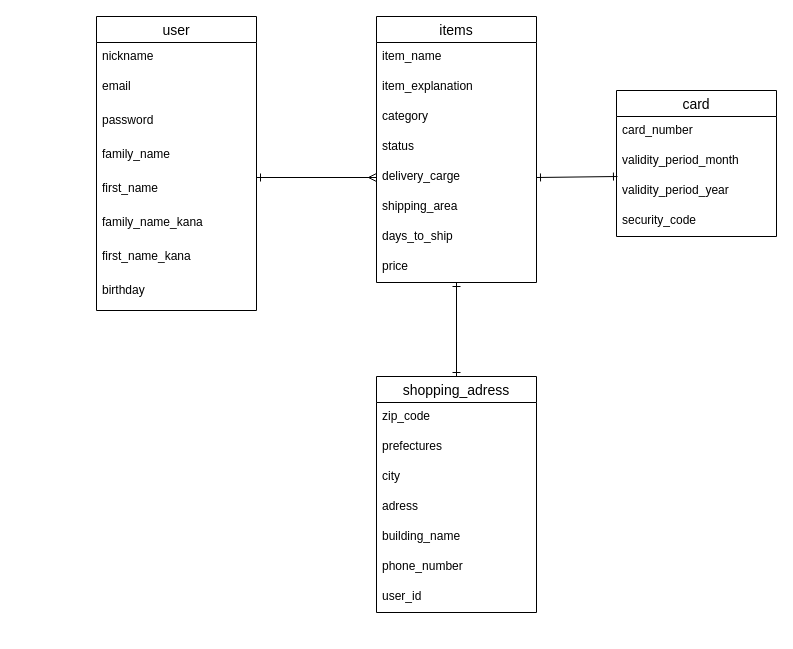
Earlier version of the draw.io diagram furima-35365.dio (na05yuki/furima-35365). Source tidied: cells renumbered, new cells numbered last; positions are measured from the earlier drawing's top-left corner, leaving out a move shared by most shapes. Both pictures are drawn from the tidied source at 100%, with x=0, y=0 at pixel (96, 16).
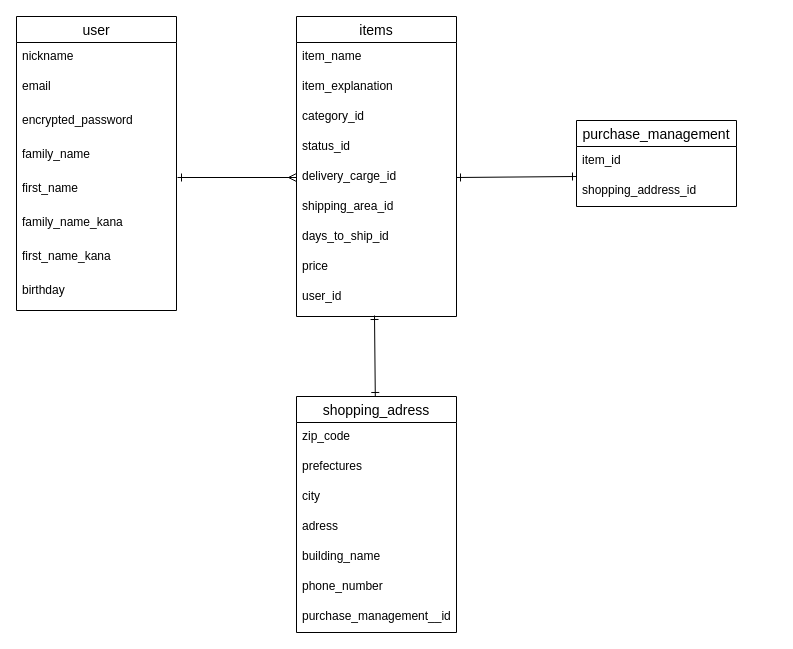
After the change.

Commit message (it also covers changes not shown here):
ER図作成、テーブル設計の修正

The change refers to these unchanged cells:
```xml
<mxCell id="19" value="price" style="text;strokeColor=none;fillColor=none;spacingLeft=4;spacingRight=4;overflow=hidden;points=[[0,0.5],[1,0.5]];portConstraint=eastwest;fontSize=12;" parent="11" vertex="1">
  <mxGeometry y="236" width="160" height="30" as="geometry" />
</mxCell>
```

Diff of the diagram source:
```diff
@@
     <mxCell id="2" value="user" style="swimlane;fontStyle=0;horizontal=1;startSize=26;align=center;fontSize=14;" parent="1" vertex="1">
-      <mxGeometry width="160" height="294" as="geometry" />
+      <mxGeometry x="-80" width="160" height="294" as="geometry" />
     </mxCell>
@@
-    <mxCell id="5" value="password&#10;" style="text;strokeColor=none;fillColor=none;spacingLeft=4;spacingRight=4;overflow=hidden;fontSize=12;" parent="2" vertex="1">
+    <mxCell id="5" value="encrypted_password&#10;" style="text;strokeColor=none;fillColor=none;spacingLeft=4;spacingRight=4;overflow=hidden;fontSize=12;" parent="2" vertex="1">
       <mxGeometry y="90" width="160" height="34" as="geometry" />
     </mxCell>
@@
     <mxCell id="11" value="items" style="swimlane;fontStyle=0;horizontal=1;startSize=26;align=center;fontSize=14;" parent="1" vertex="1">
-      <mxGeometry x="280" width="160" height="266" as="geometry" />
+      <mxGeometry x="200" width="160" height="300" as="geometry" />
     </mxCell>
@@
-    <mxCell id="14" value="category" style="text;strokeColor=none;fillColor=none;spacingLeft=4;spacingRight=4;overflow=hidden;fontSize=12;" parent="11" vertex="1">
+    <mxCell id="14" value="category_id" style="text;strokeColor=none;fillColor=none;spacingLeft=4;spacingRight=4;overflow=hidden;fontSize=12;" parent="11" vertex="1">
       <mxGeometry y="86" width="160" height="30" as="geometry" />
     </mxCell>
-    <mxCell id="15" value="status" style="text;strokeColor=none;fillColor=none;spacingLeft=4;spacingRight=4;overflow=hidden;fontSize=12;" parent="11" vertex="1">
+    <mxCell id="15" value="status_id" style="text;strokeColor=none;fillColor=none;spacingLeft=4;spacingRight=4;overflow=hidden;fontSize=12;" parent="11" vertex="1">
       <mxGeometry y="116" width="160" height="30" as="geometry" />
     </mxCell>
-    <mxCell id="16" value="delivery_carge" style="text;strokeColor=none;fillColor=none;spacingLeft=4;spacingRight=4;overflow=hidden;points=[[0,0.5],[1,0.5]];portConstraint=eastwest;fontSize=12;" parent="11" vertex="1">
+    <mxCell id="16" value="delivery_carge_id" style="text;strokeColor=none;fillColor=none;spacingLeft=4;spacingRight=4;overflow=hidden;points=[[0,0.5],[1,0.5]];portConstraint=eastwest;fontSize=12;" parent="11" vertex="1">
       <mxGeometry y="146" width="160" height="30" as="geometry" />
     </mxCell>
-    <mxCell id="17" value="shipping_area" style="text;strokeColor=none;fillColor=none;spacingLeft=4;spacingRight=4;overflow=hidden;fontSize=12;" parent="11" vertex="1">
+    <mxCell id="17" value="shipping_area_id" style="text;strokeColor=none;fillColor=none;spacingLeft=4;spacingRight=4;overflow=hidden;fontSize=12;" parent="11" vertex="1">
       <mxGeometry y="176" width="160" height="30" as="geometry" />
     </mxCell>
-    <mxCell id="18" value="days_to_ship" style="text;strokeColor=none;fillColor=none;spacingLeft=4;spacingRight=4;overflow=hidden;fontSize=12;" parent="11" vertex="1">
+    <mxCell id="18" value="days_to_ship_id" style="text;strokeColor=none;fillColor=none;spacingLeft=4;spacingRight=4;overflow=hidden;fontSize=12;" parent="11" vertex="1">
       <mxGeometry y="206" width="160" height="30" as="geometry" />
     </mxCell>
@@
+    <mxCell id="36" value="user_id" style="text;strokeColor=none;fillColor=none;spacingLeft=4;spacingRight=4;overflow=hidden;fontSize=12;" parent="11" vertex="1">
+      <mxGeometry y="266" width="160" height="34" as="geometry" />
+    </mxCell>
-    <mxCell id="20" style="edgeStyle=none;rounded=0;jettySize=auto;html=1;startArrow=ERone;startFill=0;endArrow=ERone;endFill=0;entryX=1;entryY=0.5;entryDx=0;entryDy=0;exitX=0.006;exitY=0;exitDx=0;exitDy=0;exitPerimeter=0;" parent="1" edge="1" source="24" target="16">
+    <mxCell id="20" style="edgeStyle=none;rounded=0;jettySize=auto;html=1;startArrow=ERone;startFill=0;endArrow=ERone;endFill=0;entryX=1;entryY=0.5;entryDx=0;entryDy=0;exitX=0;exitY=0;exitDx=0;exitDy=0;exitPerimeter=0;" parent="1" edge="1" source="25" target="16">
       <mxGeometry relative="1" as="geometry" />
     </mxCell>
-    <mxCell id="21" value="card" style="swimlane;fontStyle=0;horizontal=1;startSize=26;align=center;fontSize=14;" parent="1" vertex="1">
-      <mxGeometry x="520" y="74" width="160" height="146" as="geometry" />
+    <mxCell id="21" value="purchase_management" style="swimlane;fontStyle=0;horizontal=1;startSize=26;align=center;fontSize=14;" parent="1" vertex="1">
+      <mxGeometry x="480" y="104" width="160" height="86" as="geometry" />
     </mxCell>
-    <mxCell id="22" value="card_number&#10;" style="text;strokeColor=none;fillColor=none;spacingLeft=4;spacingRight=4;overflow=hidden;fontSize=12;" parent="21" vertex="1">
-      <mxGeometry y="26" width="160" height="30" as="geometry" />
-    </mxCell>
-    <mxCell id="23" value="validity_period_month&#10;" style="text;strokeColor=none;fillColor=none;spacingLeft=4;spacingRight=4;overflow=hidden;fontSize=12;" parent="21" vertex="1">
-      <mxGeometry y="56" width="160" height="30" as="geometry" />
+    <mxCell id="23" value="item_id" style="text;strokeColor=none;fillColor=none;spacingLeft=4;spacingRight=4;overflow=hidden;fontSize=12;" parent="21" vertex="1">
+      <mxGeometry y="26" width="160" height="30" as="geometry" />
     </mxCell>
-    <mxCell id="24" value="validity_period_year" style="text;strokeColor=none;fillColor=none;spacingLeft=4;spacingRight=4;overflow=hidden;points=[[0,0.5],[1,0.5]];portConstraint=eastwest;fontSize=12;" parent="21" vertex="1">
-      <mxGeometry y="86" width="160" height="30" as="geometry" />
-    </mxCell>
-    <mxCell id="25" value="security_code&#10;" style="text;strokeColor=none;fillColor=none;spacingLeft=4;spacingRight=4;overflow=hidden;points=[[0,0.5],[1,0.5]];portConstraint=eastwest;fontSize=12;" parent="21" vertex="1">
-      <mxGeometry y="116" width="160" height="30" as="geometry" />
+    <mxCell id="25" value="shopping_address_id" style="text;strokeColor=none;fillColor=none;spacingLeft=4;spacingRight=4;overflow=hidden;points=[[0,0.5],[1,0.5]];portConstraint=eastwest;fontSize=12;" parent="21" vertex="1">
+      <mxGeometry y="56" width="160" height="30" as="geometry" />
     </mxCell>
-    <mxCell id="26" style="edgeStyle=none;rounded=0;jettySize=auto;html=1;startArrow=ERone;startFill=0;endArrow=ERone;endFill=0;entryX=0.5;entryY=1;entryDx=0;entryDy=0;entryPerimeter=0;" parent="1" edge="1" source="27" target="19">
-      <mxGeometry relative="1" as="geometry" />
+    <mxCell id="26" style="edgeStyle=none;rounded=0;jettySize=auto;html=1;startArrow=ERone;startFill=0;endArrow=ERone;endFill=0;" parent="1" edge="1" source="27">
+      <mxGeometry relative="1" as="geometry">
+        <mxPoint x="278" y="299" as="targetPoint" />
+      </mxGeometry>
     </mxCell>
     <mxCell id="27" value="shopping_adress" style="swimlane;fontStyle=0;horizontal=1;startSize=26;align=center;fontSize=14;" parent="1" vertex="1">
-      <mxGeometry x="280" y="360" width="160" height="236" as="geometry" />
+      <mxGeometry x="200" y="380" width="160" height="236" as="geometry" />
     </mxCell>
@@
-    <mxCell id="34" value="user_id" style="text;strokeColor=none;fillColor=none;spacingLeft=4;spacingRight=4;overflow=hidden;fontSize=12;" parent="27" vertex="1">
+    <mxCell id="34" value="purchase_management__id" style="text;strokeColor=none;fillColor=none;spacingLeft=4;spacingRight=4;overflow=hidden;fontSize=12;" parent="27" vertex="1">
       <mxGeometry y="206" width="160" height="30" as="geometry" />
     </mxCell>
-    <mxCell id="35" style="fontSize=12;html=1;endArrow=ERmany;startArrow=ERone;endFill=0;startFill=0;" parent="1" edge="1">
+    <mxCell id="35" style="fontSize=12;html=1;endArrow=ERmany;startArrow=ERone;endFill=0;startFill=0;entryX=0;entryY=0.5;entryDx=0;entryDy=0;" parent="1" edge="1" target="16">
       <mxGeometry relative="1" as="geometry">
-        <mxPoint x="160" y="161" as="sourcePoint" />
-        <mxPoint x="280" y="161" as="targetPoint" />
+        <mxPoint x="81" y="161" as="sourcePoint" />
       </mxGeometry>
     </mxCell>
```
